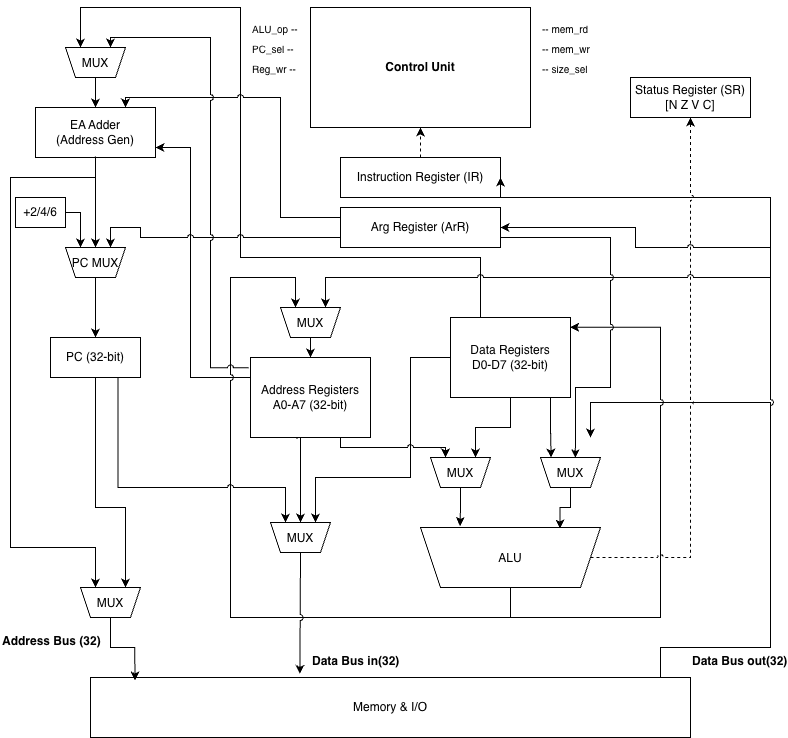
This is scheme.png from Dmitry-Kuzmin456/ak_lab3_scheme, a draw.io export, as it was before one commit. Source tidied: cells renumbered, new cells last; positions are measured from the earlier drawing's top-left corner, leaving out a move shared by most shapes. Its diagram source:
```xml
<mxGraphModel>
  <root>
    <mxCell id="0" />
    <mxCell id="1" parent="0" />
    <mxCell id="2" value="Control Unit" style="rounded=0;whiteSpace=wrap;html=1;fontStyle=1;strokeColor=#000000;fillColor=none;" parent="1" vertex="1">
      <mxGeometry x="310" width="220" height="120" as="geometry" />
    </mxCell>
    <mxCell id="3" value="ALU_op --" style="text;fontSize=10;" parent="1" vertex="1">
      <mxGeometry x="250" y="10" width="60" height="20" as="geometry" />
    </mxCell>
    <mxCell id="4" value="PC_sel --" style="text;fontSize=10;" parent="1" vertex="1">
      <mxGeometry x="250" y="30" width="60" height="20" as="geometry" />
    </mxCell>
    <mxCell id="5" value="Reg_wr --" style="text;fontSize=10;" parent="1" vertex="1">
      <mxGeometry x="250" y="50" width="60" height="20" as="geometry" />
    </mxCell>
    <mxCell id="6" value="-- mem_rd" style="text;fontSize=10;" parent="1" vertex="1">
      <mxGeometry x="540" y="10" width="60" height="20" as="geometry" />
    </mxCell>
    <mxCell id="7" value="-- mem_wr" style="text;fontSize=10;" parent="1" vertex="1">
      <mxGeometry x="540" y="30" width="60" height="20" as="geometry" />
    </mxCell>
    <mxCell id="8" value="Instruction Register (IR)" style="rounded=0;whiteSpace=wrap;html=1;" parent="1" vertex="1">
      <mxGeometry x="340" y="150" width="160" height="40" as="geometry" />
    </mxCell>
    <mxCell id="9" style="edgeStyle=orthogonalEdgeStyle;dashed=1;html=1;exitX=0.5;exitY=0;entryX=0.5;entryY=1;rounded=0;" parent="1" edge="1" source="8" target="2">
      <mxGeometry relative="1" as="geometry" />
    </mxCell>
    <mxCell id="10" value="Status Register (SR)&lt;br&gt;[N Z V C]" style="rounded=0;whiteSpace=wrap;html=1;" parent="1" vertex="1">
      <mxGeometry x="630" y="70" width="120" height="40" as="geometry" />
    </mxCell>
    <mxCell id="11" value="+2/4/6" style="rounded=0;whiteSpace=wrap;html=1;" parent="1" vertex="1">
      <mxGeometry x="15" y="190" width="50" height="30" as="geometry" />
    </mxCell>
    <mxCell id="12" value="PC (32-bit)" style="rounded=0;whiteSpace=wrap;html=1;" parent="1" vertex="1">
      <mxGeometry x="50" y="330" width="90" height="40" as="geometry" />
    </mxCell>
    <mxCell id="13" value="Address Registers&lt;br&gt;A0-A7 (32-bit)" style="rounded=0;whiteSpace=wrap;html=1;" parent="1" vertex="1">
      <mxGeometry x="250" y="350" width="120" height="80" as="geometry" />
    </mxCell>
    <mxCell id="14" style="edgeStyle=orthogonalEdgeStyle;rounded=0;jettySize=auto;html=1;entryX=0.25;entryY=1;entryDx=0;entryDy=0;exitX=0;exitY=0.5;exitDx=0;exitDy=0;jumpStyle=arc;" parent="1" edge="1" source="15" target="46">
      <mxGeometry relative="1" as="geometry">
        <Array as="points">
          <mxPoint x="410" y="350" />
          <mxPoint x="410" y="470" />
          <mxPoint x="315" y="470" />
        </Array>
      </mxGeometry>
    </mxCell>
    <mxCell id="15" value="Data Registers&lt;br&gt;D0-D7 (32-bit)" style="rounded=0;whiteSpace=wrap;html=1;" parent="1" vertex="1">
      <mxGeometry x="450" y="310" width="120" height="80" as="geometry" />
    </mxCell>
    <mxCell id="16" value="EA Adder&lt;br&gt;(Address Gen)" style="rounded=0;whiteSpace=wrap;html=1;" parent="1" vertex="1">
      <mxGeometry x="35" y="100" width="120" height="50" as="geometry" />
    </mxCell>
    <mxCell id="17" value="MUX" style="shape=trapezoid;perimeter=trapezoidPerimeter;fixedSize=1;size=10;direction=west;" parent="1" vertex="1">
      <mxGeometry x="430" y="450" width="60" height="30" as="geometry" />
    </mxCell>
    <mxCell id="18" value="MUX" style="shape=trapezoid;perimeter=trapezoidPerimeter;fixedSize=1;size=10;direction=west;" parent="1" vertex="1">
      <mxGeometry x="540" y="450" width="60" height="30" as="geometry" />
    </mxCell>
    <mxCell id="19" value="ALU" style="shape=trapezoid;perimeter=trapezoidPerimeter;fixedSize=1;flipV=1;" parent="1" vertex="1">
      <mxGeometry x="420" y="520" width="180" height="60" as="geometry" />
    </mxCell>
    <mxCell id="20" value="Memory &amp; I/O" style="rounded=0;whiteSpace=wrap;html=1;" parent="1" vertex="1">
      <mxGeometry x="90" y="670" width="600" height="60" as="geometry" />
    </mxCell>
    <mxCell id="21" style="edgeStyle=orthogonalEdgeStyle;rounded=0;html=1;exitX=1;exitY=0.5;entryX=0.75;entryY=1;entryDx=0;entryDy=0;exitDx=0;exitDy=0;" parent="1" edge="1" source="11" target="41">
      <mxGeometry relative="1" as="geometry" />
    </mxCell>
    <mxCell id="22" style="edgeStyle=orthogonalEdgeStyle;rounded=0;html=1;exitX=0.5;exitY=0;entryX=0.5;entryY=0;exitDx=0;exitDy=0;" parent="1" edge="1" source="41" target="12">
      <mxGeometry relative="1" as="geometry" />
    </mxCell>
    <mxCell id="23" style="edgeStyle=orthogonalEdgeStyle;rounded=0;html=1;exitX=0.5;exitY=1;entryX=0.25;entryY=1;strokeWidth=1;entryDx=0;entryDy=0;" parent="1" edge="1" source="12" target="42">
      <mxGeometry relative="1" as="geometry">
        <Array as="points">
          <mxPoint x="95" y="500" />
          <mxPoint x="125" y="500" />
        </Array>
      </mxGeometry>
    </mxCell>
    <mxCell id="24" style="edgeStyle=orthogonalEdgeStyle;rounded=0;html=1;exitX=0;exitY=0.25;exitDx=0;exitDy=0;jumpStyle=arc;" parent="1" edge="1" source="13">
      <mxGeometry relative="1" as="geometry">
        <mxPoint x="155" y="140" as="targetPoint" />
        <Array as="points">
          <mxPoint x="190" y="370" />
          <mxPoint x="190" y="140" />
        </Array>
      </mxGeometry>
    </mxCell>
    <mxCell id="25" style="edgeStyle=orthogonalEdgeStyle;rounded=0;html=1;entryX=0.75;entryY=1;strokeWidth=1;entryDx=0;entryDy=0;jumpStyle=arc;" parent="1" edge="1" target="42">
      <mxGeometry relative="1" as="geometry">
        <mxPoint x="95" y="170" as="sourcePoint" />
        <Array as="points">
          <mxPoint x="10" y="170" />
          <mxPoint x="10" y="540" />
          <mxPoint x="95" y="540" />
        </Array>
      </mxGeometry>
    </mxCell>
    <mxCell id="26" style="edgeStyle=orthogonalEdgeStyle;rounded=0;html=1;entryX=0.5;entryY=1;entryDx=0;entryDy=0;jumpStyle=arc;" parent="1" edge="1" target="41">
      <mxGeometry relative="1" as="geometry">
        <mxPoint x="95" y="149" as="sourcePoint" />
        <Array as="points">
          <mxPoint x="95" y="149" />
        </Array>
      </mxGeometry>
    </mxCell>
    <mxCell id="27" style="edgeStyle=orthogonalEdgeStyle;rounded=0;html=1;exitX=0.5;exitY=1;entryX=0.25;entryY=1;entryDx=0;entryDy=0;" parent="1" edge="1" source="15" target="17">
      <mxGeometry relative="1" as="geometry" />
    </mxCell>
    <mxCell id="28" style="edgeStyle=orthogonalEdgeStyle;rounded=0;html=1;exitX=0.75;exitY=1;entryX=0.75;entryY=1;entryDx=0;entryDy=0;jumpStyle=arc;" parent="1" edge="1" source="13" target="17">
      <mxGeometry relative="1" as="geometry">
        <Array as="points">
          <mxPoint x="340" y="440" />
          <mxPoint x="445" y="440" />
        </Array>
      </mxGeometry>
    </mxCell>
    <mxCell id="29" style="edgeStyle=orthogonalEdgeStyle;rounded=0;html=1;exitX=0.833;exitY=1.002;entryX=0.823;entryY=0.997;entryDx=0;entryDy=0;entryPerimeter=0;exitDx=0;exitDy=0;exitPerimeter=0;" parent="1" edge="1" source="15" target="18">
      <mxGeometry relative="1" as="geometry" />
    </mxCell>
    <mxCell id="30" style="edgeStyle=orthogonalEdgeStyle;rounded=0;html=1;strokeWidth=1;" parent="1" edge="1">
      <mxGeometry relative="1" as="geometry">
        <mxPoint x="770" y="410" as="sourcePoint" />
        <mxPoint x="590" y="430" as="targetPoint" />
        <Array as="points">
          <mxPoint x="770" y="395" />
          <mxPoint x="590" y="395" />
          <mxPoint x="590" y="430" />
        </Array>
      </mxGeometry>
    </mxCell>
    <mxCell id="31" style="edgeStyle=orthogonalEdgeStyle;rounded=0;html=1;exitX=0.5;exitY=0;entryX=0.22;entryY=1.025;entryDx=0;entryDy=0;entryPerimeter=0;exitDx=0;exitDy=0;" parent="1" edge="1" source="17" target="19">
      <mxGeometry relative="1" as="geometry" />
    </mxCell>
    <mxCell id="32" style="edgeStyle=orthogonalEdgeStyle;rounded=0;html=1;exitX=0.5;exitY=0;entryX=0.775;entryY=0.982;exitDx=0;exitDy=0;entryDx=0;entryDy=0;entryPerimeter=0;" parent="1" edge="1" source="18" target="19">
      <mxGeometry relative="1" as="geometry" />
    </mxCell>
    <mxCell id="33" style="edgeStyle=orthogonalEdgeStyle;rounded=0;html=1;exitX=0.95;exitY=0;entryX=1;entryY=0.5;strokeWidth=1;jumpStyle=arc;" parent="1" edge="1" source="20" target="8">
      <mxGeometry relative="1" as="geometry">
        <Array as="points">
          <mxPoint x="660" y="640" />
          <mxPoint x="770" y="640" />
          <mxPoint x="770" y="190" />
        </Array>
      </mxGeometry>
    </mxCell>
    <mxCell id="34" style="edgeStyle=orthogonalEdgeStyle;rounded=0;html=1;exitX=0.5;exitY=1;entryX=0.996;entryY=0.122;strokeWidth=1;jumpStyle=arc;entryDx=0;entryDy=0;entryPerimeter=0;" parent="1" edge="1" source="19" target="15">
      <mxGeometry relative="1" as="geometry">
        <Array as="points">
          <mxPoint x="510" y="610" />
          <mxPoint x="660" y="610" />
          <mxPoint x="660" y="320" />
        </Array>
      </mxGeometry>
    </mxCell>
    <mxCell id="35" style="edgeStyle=orthogonalEdgeStyle;rounded=0;html=1;entryX=0.75;entryY=1;strokeWidth=1;jumpStyle=arc;entryDx=0;entryDy=0;" parent="1" edge="1" target="58">
      <mxGeometry relative="1" as="geometry">
        <mxPoint x="510" y="610" as="sourcePoint" />
        <Array as="points">
          <mxPoint x="230" y="610" />
          <mxPoint x="230" y="270" />
          <mxPoint x="295" y="270" />
        </Array>
      </mxGeometry>
    </mxCell>
    <mxCell id="36" style="edgeStyle=orthogonalEdgeStyle;rounded=0;html=1;exitX=0.25;exitY=0;jumpStyle=arc;exitDx=0;exitDy=0;entryX=0.75;entryY=1;entryDx=0;entryDy=0;" parent="1" edge="1" source="15" target="54">
      <mxGeometry relative="1" as="geometry">
        <Array as="points">
          <mxPoint x="480" y="250" />
          <mxPoint x="240" y="250" />
          <mxPoint x="240" />
          <mxPoint x="80" />
        </Array>
      </mxGeometry>
    </mxCell>
    <mxCell id="37" style="edgeStyle=orthogonalEdgeStyle;rounded=0;html=1;exitX=1;exitY=0.5;entryX=0.5;entryY=1;dashed=1;jumpStyle=arc;" parent="1" edge="1" source="19" target="10">
      <mxGeometry relative="1" as="geometry">
        <Array as="points">
          <mxPoint x="690" y="550" />
        </Array>
      </mxGeometry>
    </mxCell>
    <mxCell id="38" value="Data Bus out(32)" style="text;fontStyle=1;" parent="1" vertex="1">
      <mxGeometry x="690" y="640" width="80" height="20" as="geometry" />
    </mxCell>
    <mxCell id="39" value="Address Bus (32)" style="text;fontStyle=1;" parent="1" vertex="1">
      <mxGeometry y="620" width="100" height="20" as="geometry" />
    </mxCell>
    <mxCell id="40" value="-- size_sel" style="text;fontSize=10;" parent="1" vertex="1">
      <mxGeometry x="540" y="50" width="60" height="20" as="geometry" />
    </mxCell>
    <mxCell id="41" value="PC MUX" style="shape=trapezoid;perimeter=trapezoidPerimeter;fixedSize=1;size=10;direction=west;" parent="1" vertex="1">
      <mxGeometry x="65" y="240" width="60" height="30" as="geometry" />
    </mxCell>
    <mxCell id="42" value="MUX" style="shape=trapezoid;perimeter=trapezoidPerimeter;fixedSize=1;size=10;direction=west;" parent="1" vertex="1">
      <mxGeometry x="80" y="580" width="60" height="30" as="geometry" />
    </mxCell>
    <mxCell id="43" style="edgeStyle=orthogonalEdgeStyle;rounded=0;html=1;exitX=0.5;exitY=0;entryX=0.074;entryY=0.048;strokeWidth=1;entryDx=0;entryDy=0;exitDx=0;exitDy=0;entryPerimeter=0;" parent="1" edge="1" source="42" target="20">
      <mxGeometry relative="1" as="geometry" />
    </mxCell>
    <mxCell id="44" style="endArrow=classic;html=1;rounded=0;entryX=0.25;entryY=1;entryDx=0;entryDy=0;jumpStyle=arc;" parent="1" edge="1" target="58">
      <mxGeometry relative="1" as="geometry">
        <mxPoint x="770" y="270" as="sourcePoint" />
        <Array as="points">
          <mxPoint x="325" y="270" />
        </Array>
      </mxGeometry>
    </mxCell>
    <mxCell id="45" style="edgeStyle=orthogonalEdgeStyle;rounded=0;jettySize=auto;html=1;entryX=0.349;entryY=-0.06;entryDx=0;entryDy=0;entryPerimeter=0;jumpStyle=arc;" parent="1" edge="1" source="46" target="20">
      <mxGeometry relative="1" as="geometry" />
    </mxCell>
    <mxCell id="46" value="MUX" style="shape=trapezoid;perimeter=trapezoidPerimeter;fixedSize=1;size=10;direction=west;" parent="1" vertex="1">
      <mxGeometry x="270" y="515" width="60" height="30" as="geometry" />
    </mxCell>
    <mxCell id="47" style="edgeStyle=orthogonalEdgeStyle;rounded=0;html=1;entryX=0.5;entryY=1;entryDx=0;entryDy=0;exitX=0.388;exitY=1.018;exitDx=0;exitDy=0;exitPerimeter=0;" parent="1" edge="1" source="13" target="46">
      <mxGeometry relative="1" as="geometry">
        <Array as="points">
          <mxPoint x="297" y="430" />
          <mxPoint x="300" y="430" />
        </Array>
      </mxGeometry>
    </mxCell>
    <mxCell id="48" value="Data Bus in(32)" style="text;fontStyle=1;" parent="1" vertex="1">
      <mxGeometry x="310" y="640" width="80" height="20" as="geometry" />
    </mxCell>
    <mxCell id="49" value="Arg Register (ArR)" style="rounded=0;whiteSpace=wrap;html=1;" parent="1" vertex="1">
      <mxGeometry x="340" y="200" width="160" height="40" as="geometry" />
    </mxCell>
    <mxCell id="50" style="edgeStyle=orthogonalEdgeStyle;rounded=0;html=1;entryX=1;entryY=0.5;entryDx=0;entryDy=0;jumpStyle=arc;" parent="1" edge="1" target="49">
      <mxGeometry relative="1" as="geometry">
        <mxPoint x="770" y="240" as="sourcePoint" />
      </mxGeometry>
    </mxCell>
    <mxCell id="51" style="edgeStyle=orthogonalEdgeStyle;rounded=0;html=1;entryX=0.25;entryY=1;entryDx=0;entryDy=0;jumpStyle=arc;exitX=0;exitY=0.75;exitDx=0;exitDy=0;" parent="1" edge="1" source="49" target="41">
      <mxGeometry relative="1" as="geometry">
        <Array as="points">
          <mxPoint x="140" y="230" />
          <mxPoint x="140" y="220" />
          <mxPoint x="110" y="220" />
        </Array>
      </mxGeometry>
    </mxCell>
    <mxCell id="52" style="edgeStyle=orthogonalEdgeStyle;rounded=0;html=1;exitX=0;exitY=0.25;entryX=0.75;entryY=0;exitDx=0;exitDy=0;entryDx=0;entryDy=0;jumpStyle=arc;" parent="1" edge="1" source="49" target="16">
      <mxGeometry relative="1" as="geometry">
        <Array as="points">
          <mxPoint x="280" y="210" />
          <mxPoint x="280" y="90" />
          <mxPoint x="125" y="90" />
        </Array>
      </mxGeometry>
    </mxCell>
    <mxCell id="53" style="edgeStyle=orthogonalEdgeStyle;rounded=0;html=1;exitX=1;exitY=0.75;exitDx=0;exitDy=0;entryX=0.419;entryY=0.98;entryDx=0;entryDy=0;entryPerimeter=0;jumpStyle=arc;" parent="1" edge="1" source="49" target="18">
      <mxGeometry relative="1" as="geometry">
        <Array as="points">
          <mxPoint x="610" y="230" />
          <mxPoint x="610" y="380" />
          <mxPoint x="575" y="380" />
        </Array>
      </mxGeometry>
    </mxCell>
    <mxCell id="54" value="MUX" style="shape=trapezoid;perimeter=trapezoidPerimeter;fixedSize=1;size=10;direction=west;" parent="1" vertex="1">
      <mxGeometry x="65" y="40" width="60" height="30" as="geometry" />
    </mxCell>
    <mxCell id="55" style="edgeStyle=orthogonalEdgeStyle;rounded=0;html=1;exitX=-0.014;exitY=0.129;exitDx=0;exitDy=0;exitPerimeter=0;entryX=0.25;entryY=1;entryDx=0;entryDy=0;jumpStyle=arc;" parent="1" edge="1" source="13" target="54">
      <mxGeometry relative="1" as="geometry">
        <Array as="points">
          <mxPoint x="210" y="360" />
          <mxPoint x="210" y="30" />
          <mxPoint x="110" y="30" />
        </Array>
      </mxGeometry>
    </mxCell>
    <mxCell id="56" style="edgeStyle=orthogonalEdgeStyle;rounded=0;html=1;exitX=0.5;exitY=0;entryX=0.5;entryY=0;exitDx=0;exitDy=0;entryDx=0;entryDy=0;" parent="1" edge="1" source="54" target="16">
      <mxGeometry relative="1" as="geometry" />
    </mxCell>
    <mxCell id="57" style="edgeStyle=orthogonalEdgeStyle;rounded=0;html=1;exitX=0.75;exitY=1;entryX=0.75;entryY=1;exitDx=0;exitDy=0;entryDx=0;entryDy=0;jumpStyle=arc;" parent="1" edge="1" source="12" target="46">
      <mxGeometry relative="1" as="geometry">
        <Array as="points">
          <mxPoint x="118" y="480" />
          <mxPoint x="285" y="480" />
        </Array>
      </mxGeometry>
    </mxCell>
    <mxCell id="58" value="MUX" style="shape=trapezoid;perimeter=trapezoidPerimeter;fixedSize=1;size=10;direction=west;" parent="1" vertex="1">
      <mxGeometry x="280" y="300" width="60" height="30" as="geometry" />
    </mxCell>
    <mxCell id="59" style="edgeStyle=orthogonalEdgeStyle;rounded=0;html=1;exitX=0.5;exitY=0;entryX=0.5;entryY=0;exitDx=0;exitDy=0;entryDx=0;entryDy=0;" parent="1" edge="1" source="58" target="13">
      <mxGeometry relative="1" as="geometry" />
    </mxCell>
  </root>
</mxGraphModel>
```
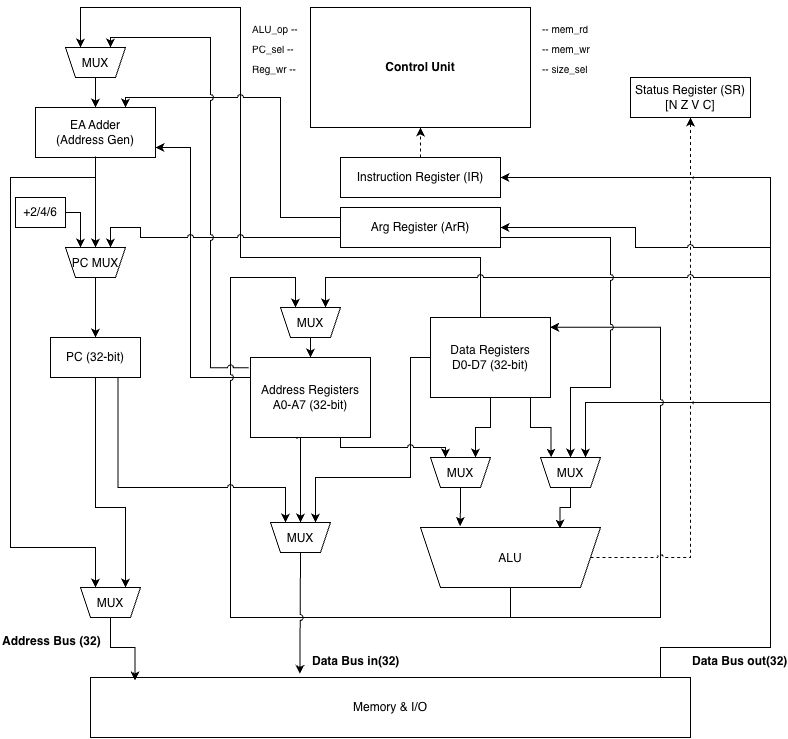
After the commit.

What changed in the source:
```diff
@@ -48,7 +48,7 @@
       </mxGeometry>
     </mxCell>
     <mxCell id="15" value="Data Registers&lt;br&gt;D0-D7 (32-bit)" style="rounded=0;whiteSpace=wrap;html=1;" parent="1" vertex="1">
-      <mxGeometry x="450" y="310" width="120" height="80" as="geometry" />
+      <mxGeometry x="430" y="310" width="120" height="80" as="geometry" />
     </mxCell>
     <mxCell id="16" value="EA Adder&lt;br&gt;(Address Gen)" style="rounded=0;whiteSpace=wrap;html=1;" parent="1" vertex="1">
       <mxGeometry x="35" y="100" width="120" height="50" as="geometry" />
@@ -120,14 +120,12 @@
     <mxCell id="29" style="edgeStyle=orthogonalEdgeStyle;rounded=0;html=1;exitX=0.833;exitY=1.002;entryX=0.823;entryY=0.997;entryDx=0;entryDy=0;entryPerimeter=0;exitDx=0;exitDy=0;exitPerimeter=0;" parent="1" edge="1" source="15" target="18">
       <mxGeometry relative="1" as="geometry" />
     </mxCell>
-    <mxCell id="30" style="edgeStyle=orthogonalEdgeStyle;rounded=0;html=1;strokeWidth=1;" parent="1" edge="1">
+    <mxCell id="30" style="edgeStyle=orthogonalEdgeStyle;rounded=0;html=1;strokeWidth=1;entryX=0.25;entryY=1;entryDx=0;entryDy=0;" parent="1" edge="1" target="18">
       <mxGeometry relative="1" as="geometry">
-        <mxPoint x="770" y="410" as="sourcePoint" />
-        <mxPoint x="590" y="430" as="targetPoint" />
+        <mxPoint x="770" y="390" as="sourcePoint" />
         <Array as="points">
           <mxPoint x="770" y="395" />
-          <mxPoint x="590" y="395" />
-          <mxPoint x="590" y="430" />
+          <mxPoint x="585" y="395" />
         </Array>
       </mxGeometry>
     </mxCell>
@@ -142,7 +140,7 @@
         <Array as="points">
           <mxPoint x="660" y="640" />
           <mxPoint x="770" y="640" />
-          <mxPoint x="770" y="190" />
+          <mxPoint x="770" y="170" />
         </Array>
       </mxGeometry>
     </mxCell>
@@ -251,12 +249,12 @@
         </Array>
       </mxGeometry>
     </mxCell>
-    <mxCell id="53" style="edgeStyle=orthogonalEdgeStyle;rounded=0;html=1;exitX=1;exitY=0.75;exitDx=0;exitDy=0;entryX=0.419;entryY=0.98;entryDx=0;entryDy=0;entryPerimeter=0;jumpStyle=arc;" parent="1" edge="1" source="49" target="18">
+    <mxCell id="53" style="edgeStyle=orthogonalEdgeStyle;rounded=0;html=1;exitX=1;exitY=0.75;exitDx=0;exitDy=0;entryX=0.5;entryY=1;entryDx=0;entryDy=0;jumpStyle=arc;" parent="1" edge="1" source="49" target="18">
       <mxGeometry relative="1" as="geometry">
         <Array as="points">
           <mxPoint x="610" y="230" />
           <mxPoint x="610" y="380" />
-          <mxPoint x="575" y="380" />
+          <mxPoint x="570" y="380" />
         </Array>
       </mxGeometry>
     </mxCell>
```
